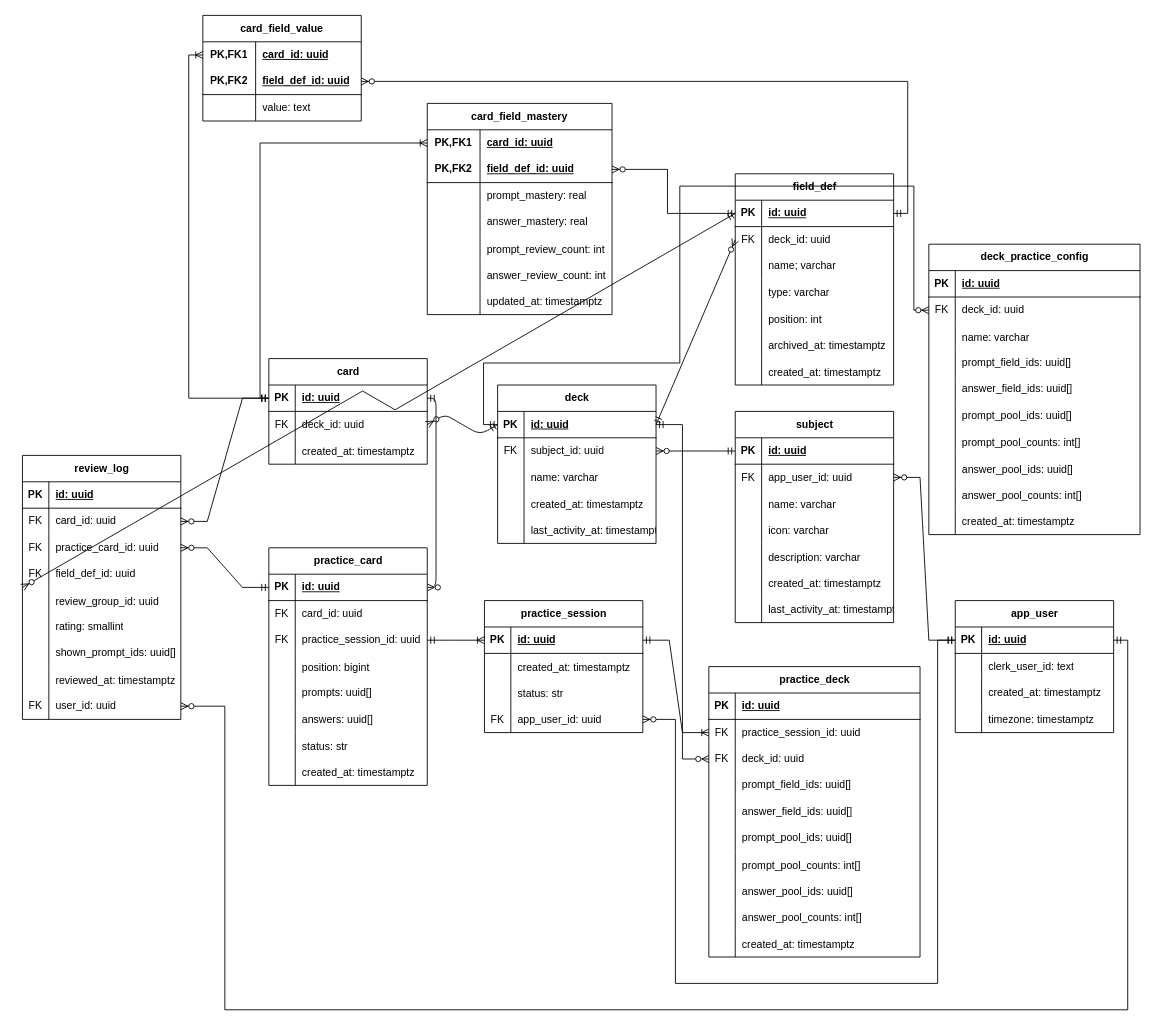
Before: docs/Flashy-ERD.drawio in lushihui51/Flashy, a draw.io diagram. Source tidied: cells renumbered, new cells numbered last; positions are measured from the earlier drawing's top-left corner, leaving out a move shared by most shapes. Both pictures are drawn from the tidied source at 88%, with x=0, y=0 at pixel (22, 15).
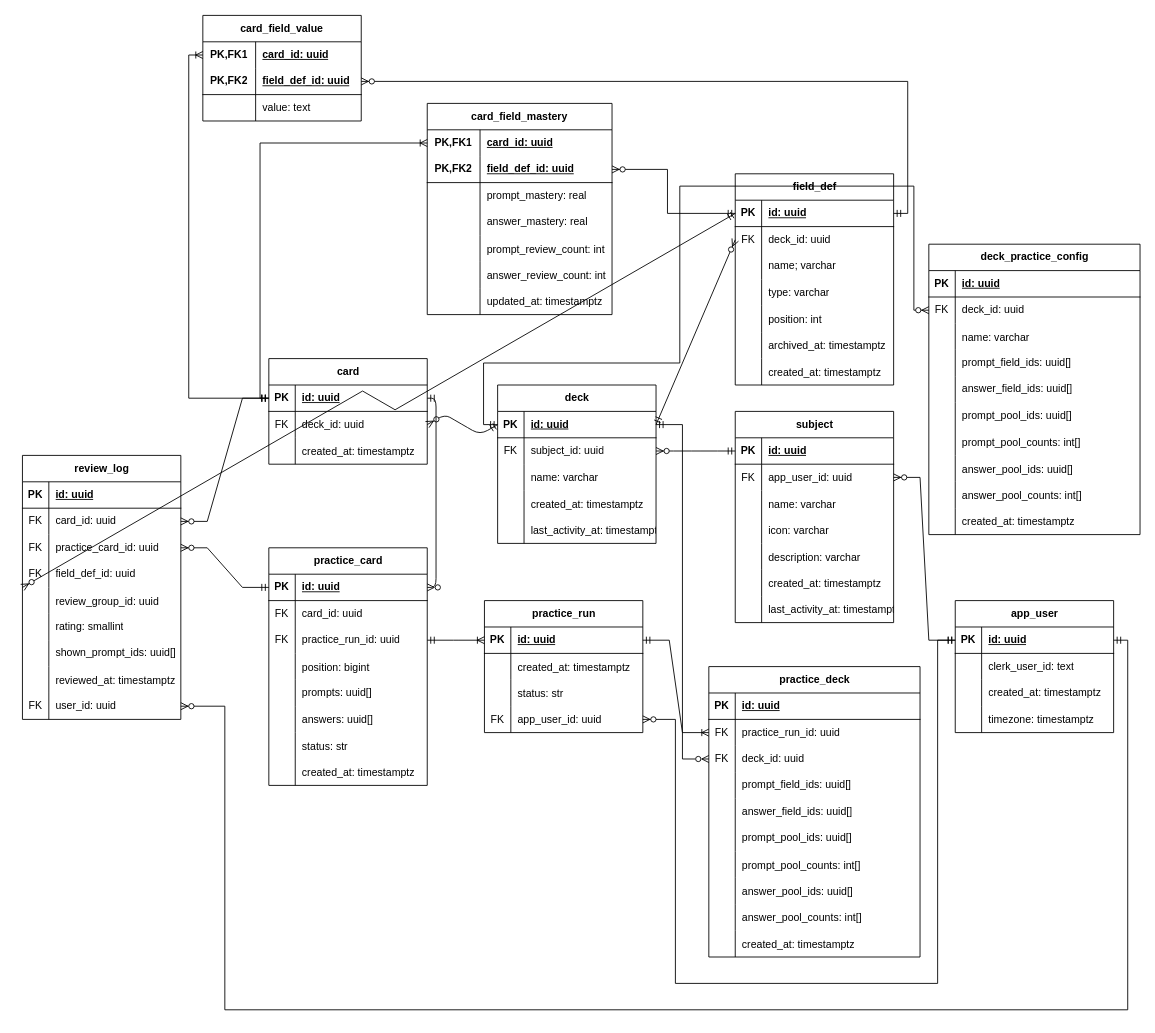
The same diagram, later.

The change refers to these unchanged cells:
```xml
<mxCell id="59" style="shape=tableRow;horizontal=0;startSize=0;swimlaneHead=0;swimlaneBody=0;fillColor=none;points=[[0,0.5],[1,0.5]];portConstraint=eastwest;top=0;left=0;right=0;bottom=0;" parent="52" vertex="1">
  <mxGeometry y="90" width="180" height="30" as="geometry" />
</mxCell>
<mxCell id="185" style="shape=tableRow;horizontal=0;startSize=0;swimlaneHead=0;swimlaneBody=0;fillColor=none;points=[[0,0.5],[1,0.5]];portConstraint=eastwest;top=0;left=0;right=0;bottom=0;" parent="181" vertex="1">
  <mxGeometry y="60" width="240" height="30" as="geometry" />
</mxCell>
```

Change to the diagram source:
```diff
@@
-    <mxCell id="61" value="practice_session_id: uuid" style="shape=partialRectangle;fillColor=none;top=0;left=0;bottom=0;right=0;align=left;spacingLeft=6;fontStyle=0;overflow=hidden;whiteSpace=wrap;html=1;" parent="59" vertex="1">
+    <mxCell id="61" value="practice_run_id: uuid" style="shape=partialRectangle;fillColor=none;top=0;left=0;bottom=0;right=0;align=left;spacingLeft=6;fontStyle=0;overflow=hidden;whiteSpace=wrap;html=1;" parent="59" vertex="1">
       <mxGeometry x="30" width="150" height="30" as="geometry" />
     </mxCell>
@@
-    <mxCell id="77" value="practice_session" style="shape=table;startSize=30;childLayout=tableLayout;rowLines=0;fontStyle=1;align=center;html=1;" parent="1" vertex="1">
+    <mxCell id="77" value="practice_run" style="shape=table;startSize=30;childLayout=tableLayout;rowLines=0;fontStyle=1;align=center;html=1;" parent="1" vertex="1">
       <mxGeometry x="525" y="665" width="180" height="150" as="geometry" />
     </mxCell>
@@
-    <mxCell id="187" value="practice_session_id: uuid" style="shape=partialRectangle;fillColor=none;top=0;left=0;bottom=0;right=0;align=left;spacingLeft=6;fontStyle=0;overflow=hidden;whiteSpace=wrap;html=1;" parent="185" vertex="1">
+    <mxCell id="187" value="practice_run_id: uuid" style="shape=partialRectangle;fillColor=none;top=0;left=0;bottom=0;right=0;align=left;spacingLeft=6;fontStyle=0;overflow=hidden;whiteSpace=wrap;html=1;" parent="185" vertex="1">
       <mxGeometry x="30" width="210" height="30" as="geometry" />
     </mxCell>
```
